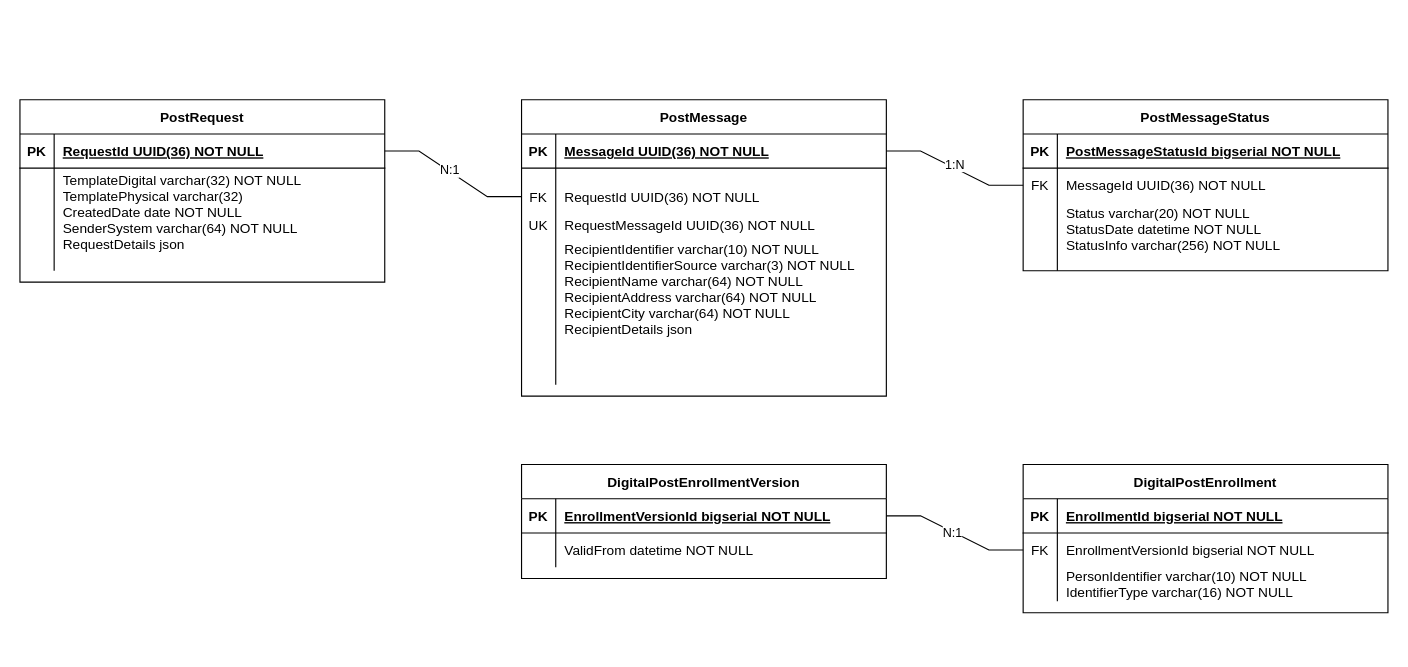
Above: assets/dpk_db.drawio in trifork/dpk-docs (draw.io), before the change. Source tidied: cells renumbered, new cells numbered last; positions are measured from the earlier drawing's top-left corner, leaving out a move shared by most shapes. Both pictures are drawn from the tidied source at 114%, with x=0, y=0 at pixel (19, 99).
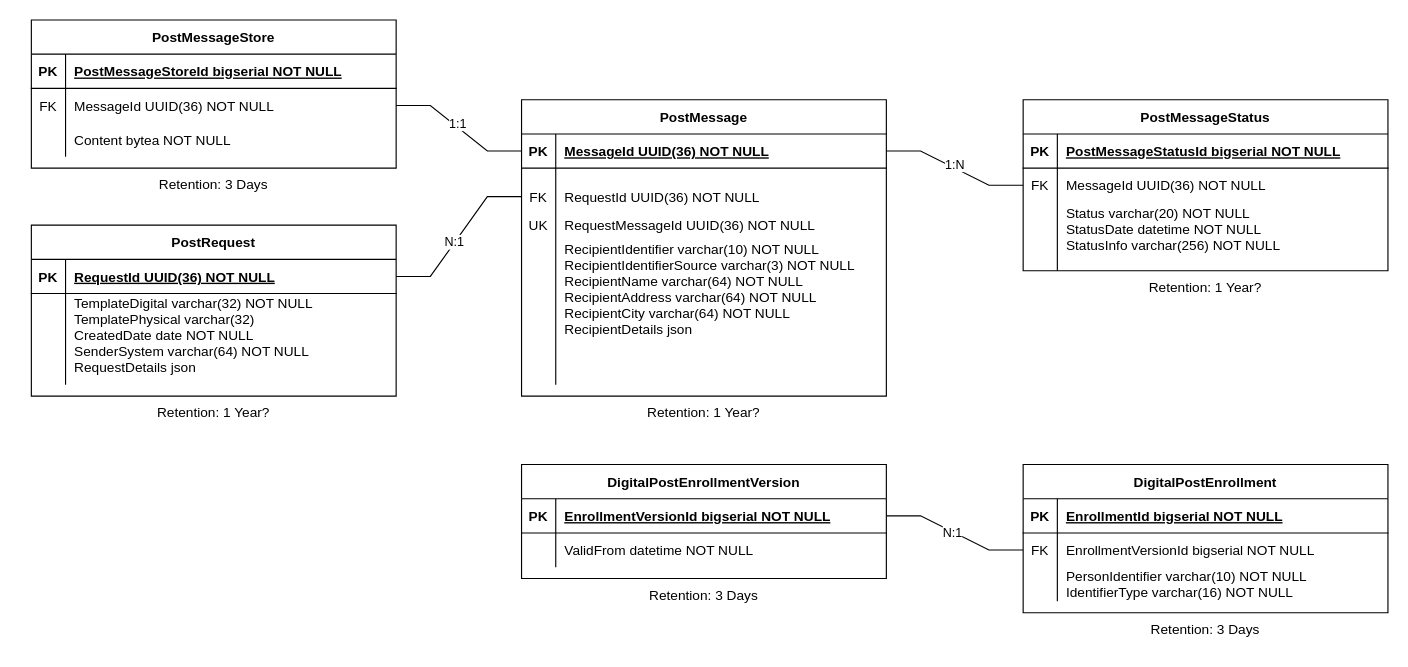
After the change.

Commit message (it also covers changes not shown here):
Added table for storing PDFs; added comments about data retention time

The change refers to these unchanged cells:
```xml
<mxCell id="37" style="shape=partialRectangle;fillColor=none;points=[[0,0.5],[1,0.5]];portConstraint=eastwest;top=0;left=0;right=0;bottom=1;" parent="36" vertex="1">
  <mxGeometry y="30" width="320" height="30" as="geometry" />
</mxCell>
```

What changed in the source:
```diff
@@
     <mxCell id="29" value="PostRequest" style="shape=table;startSize=30;childLayout=tableLayout;rowLines=0;fontStyle=1;align=center;" parent="1" vertex="1">
-      <mxGeometry width="320" height="160" as="geometry" />
+      <mxGeometry x="10" y="110" width="320" height="150" as="geometry" />
     </mxCell>
@@
     <mxCell id="33" style="shape=partialRectangle;fillColor=none;top=0;left=0;right=0;bottom=0;" parent="29" vertex="1">
-      <mxGeometry y="60" width="320" height="90" as="geometry" />
+      <mxGeometry y="60" width="320" height="80" as="geometry" />
     </mxCell>
     <mxCell id="34" style="shape=partialRectangle;overflow=hidden;fillColor=none;top=0;left=0;bottom=0;right=0;" parent="33" vertex="1">
-      <mxGeometry width="30" height="90" as="geometry" />
+      <mxGeometry width="30" height="80" as="geometry" />
     </mxCell>
     <mxCell id="35" value="TemplateDigital varchar(32) NOT NULL&#10;TemplatePhysical varchar(32)&#10;CreatedDate date NOT NULL&#10;SenderSystem varchar(64) NOT NULL&#10;RequestDetails json&#10;" style="shape=partialRectangle;overflow=hidden;fillColor=none;top=0;left=0;bottom=0;right=0;align=left;spacingLeft=6;" parent="33" vertex="1">
-      <mxGeometry x="30" width="290" height="90" as="geometry" />
+      <mxGeometry x="30" width="290" height="80" as="geometry" />
     </mxCell>
@@
+    <mxCell id="54" value="PostMessageStore" style="shape=table;startSize=30;childLayout=tableLayout;rowLines=0;fontStyle=1;align=center;" parent="1" vertex="1">
+      <mxGeometry x="10" y="-70" width="320" height="130" as="geometry" />
+    </mxCell>
+    <mxCell id="55" style="shape=partialRectangle;fillColor=none;top=0;left=0;right=0;bottom=1;" parent="54" vertex="1">
+      <mxGeometry y="30" width="320" height="30" as="geometry" />
+    </mxCell>
+    <mxCell id="56" value="PK" style="shape=partialRectangle;overflow=hidden;fillColor=none;top=0;left=0;bottom=0;right=0;fontStyle=1;" parent="55" vertex="1">
+      <mxGeometry width="30" height="30" as="geometry" />
+    </mxCell>
+    <mxCell id="57" value="PostMessageStoreId bigserial NOT NULL " style="shape=partialRectangle;overflow=hidden;fillColor=none;top=0;left=0;bottom=0;right=0;align=left;spacingLeft=6;fontStyle=5;" parent="55" vertex="1">
+      <mxGeometry x="30" width="290" height="30" as="geometry" />
+    </mxCell>
+    <mxCell id="58" style="shape=partialRectangle;fillColor=none;points=[[0,0.5],[1,0.5]];portConstraint=eastwest;top=0;left=0;right=0;bottom=0;" parent="54" vertex="1">
+      <mxGeometry y="60" width="320" height="30" as="geometry" />
+    </mxCell>
+    <mxCell id="59" value="FK" style="shape=partialRectangle;overflow=hidden;fillColor=none;top=0;left=0;bottom=0;right=0;" parent="58" vertex="1">
+      <mxGeometry width="30" height="30" as="geometry" />
+    </mxCell>
+    <mxCell id="60" value="MessageId UUID(36) NOT NULL" style="shape=partialRectangle;overflow=hidden;fillColor=none;top=0;left=0;bottom=0;right=0;align=left;spacingLeft=6;" parent="58" vertex="1">
+      <mxGeometry x="30" width="290" height="30" as="geometry" />
+    </mxCell>
+    <mxCell id="61" style="shape=partialRectangle;fillColor=none;top=0;left=0;right=0;bottom=0;" parent="54" vertex="1">
+      <mxGeometry y="90" width="320" height="30" as="geometry" />
+    </mxCell>
+    <mxCell id="62" style="shape=partialRectangle;overflow=hidden;fillColor=none;top=0;left=0;bottom=0;right=0;" parent="61" vertex="1">
+      <mxGeometry width="30" height="30" as="geometry" />
+    </mxCell>
+    <mxCell id="63" value="Content bytea NOT NULL" style="shape=partialRectangle;overflow=hidden;fillColor=none;top=0;left=0;bottom=0;right=0;align=left;spacingLeft=6;" parent="61" vertex="1">
+      <mxGeometry x="30" width="290" height="30" as="geometry" />
+    </mxCell>
+    <mxCell id="64" style="endArrow=none;html=1;rounded=0;exitX=1;exitY=0.5;exitDx=0;exitDy=0;entryX=0;entryY=0.5;entryDx=0;entryDy=0;edgeStyle=entityRelationEdgeStyle;" parent="1" edge="1" source="58" target="37">
+      <mxGeometry relative="1" as="geometry" />
+    </mxCell>
+    <mxCell id="65" value="1:1" style="edgeLabel;html=1;align=center;verticalAlign=middle;" parent="64" vertex="1">
+      <mxGeometry x="-0.07" y="2" relative="1" as="geometry" />
+    </mxCell>
+    <mxCell id="66" value="Retention: 3 Days" style="text;html=1;strokeColor=none;fillColor=none;align=center;verticalAlign=middle;whiteSpace=wrap;rounded=0;" parent="1" vertex="1">
+      <mxGeometry x="105" y="60" width="130" height="30" as="geometry" />
+    </mxCell>
+    <mxCell id="67" value="Retention: 3 Days" style="text;html=1;strokeColor=none;fillColor=none;align=center;verticalAlign=middle;whiteSpace=wrap;rounded=0;" parent="1" vertex="1">
+      <mxGeometry x="975" y="450" width="130" height="30" as="geometry" />
+    </mxCell>
+    <mxCell id="68" value="Retention: 3 Days" style="text;html=1;strokeColor=none;fillColor=none;align=center;verticalAlign=middle;whiteSpace=wrap;rounded=0;" parent="1" vertex="1">
+      <mxGeometry x="535" y="420" width="130" height="30" as="geometry" />
+    </mxCell>
+    <mxCell id="69" value="Retention: 1 Year?" style="text;html=1;strokeColor=none;fillColor=none;align=center;verticalAlign=middle;whiteSpace=wrap;rounded=0;" parent="1" vertex="1">
+      <mxGeometry x="975" y="150" width="130" height="30" as="geometry" />
+    </mxCell>
+    <mxCell id="70" value="Retention: 1 Year?" style="text;html=1;strokeColor=none;fillColor=none;align=center;verticalAlign=middle;whiteSpace=wrap;rounded=0;" parent="1" vertex="1">
+      <mxGeometry x="535" y="260" width="130" height="30" as="geometry" />
+    </mxCell>
+    <mxCell id="71" value="Retention: 1 Year?" style="text;html=1;strokeColor=none;fillColor=none;align=center;verticalAlign=middle;whiteSpace=wrap;rounded=0;" parent="1" vertex="1">
+      <mxGeometry x="105" y="260" width="130" height="30" as="geometry" />
+    </mxCell>
```
